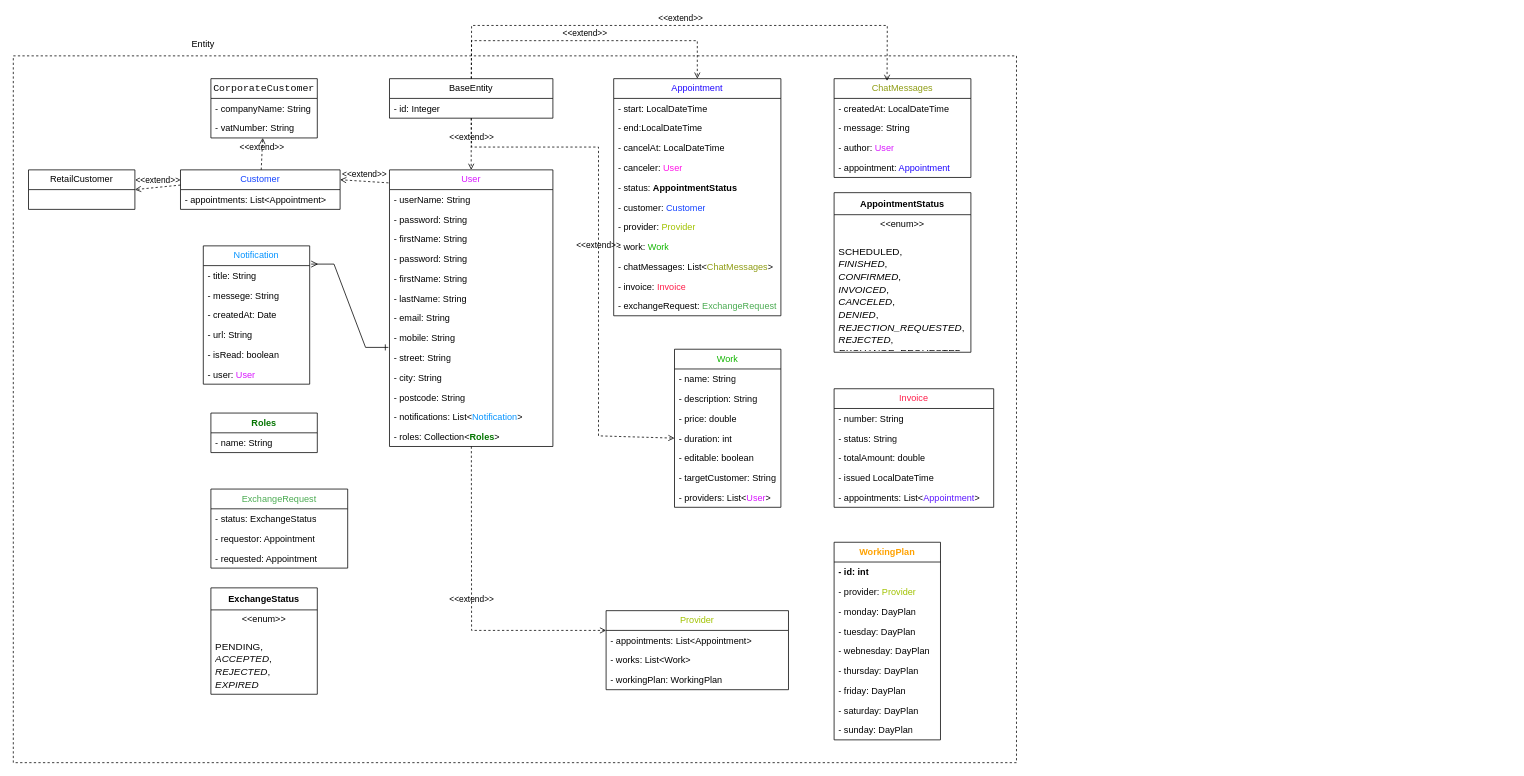
Before: Nháp Diagram.drawio in s2thuphuongs2/AppointmentScheduler, a draw.io diagram. Source tidied: cells renumbered, new cells numbered last; positions are measured from the earlier drawing's top-left corner, leaving out a move shared by most shapes. Both pictures are drawn from the tidied source at 76%, with x=0, y=0 at pixel (13, 25).
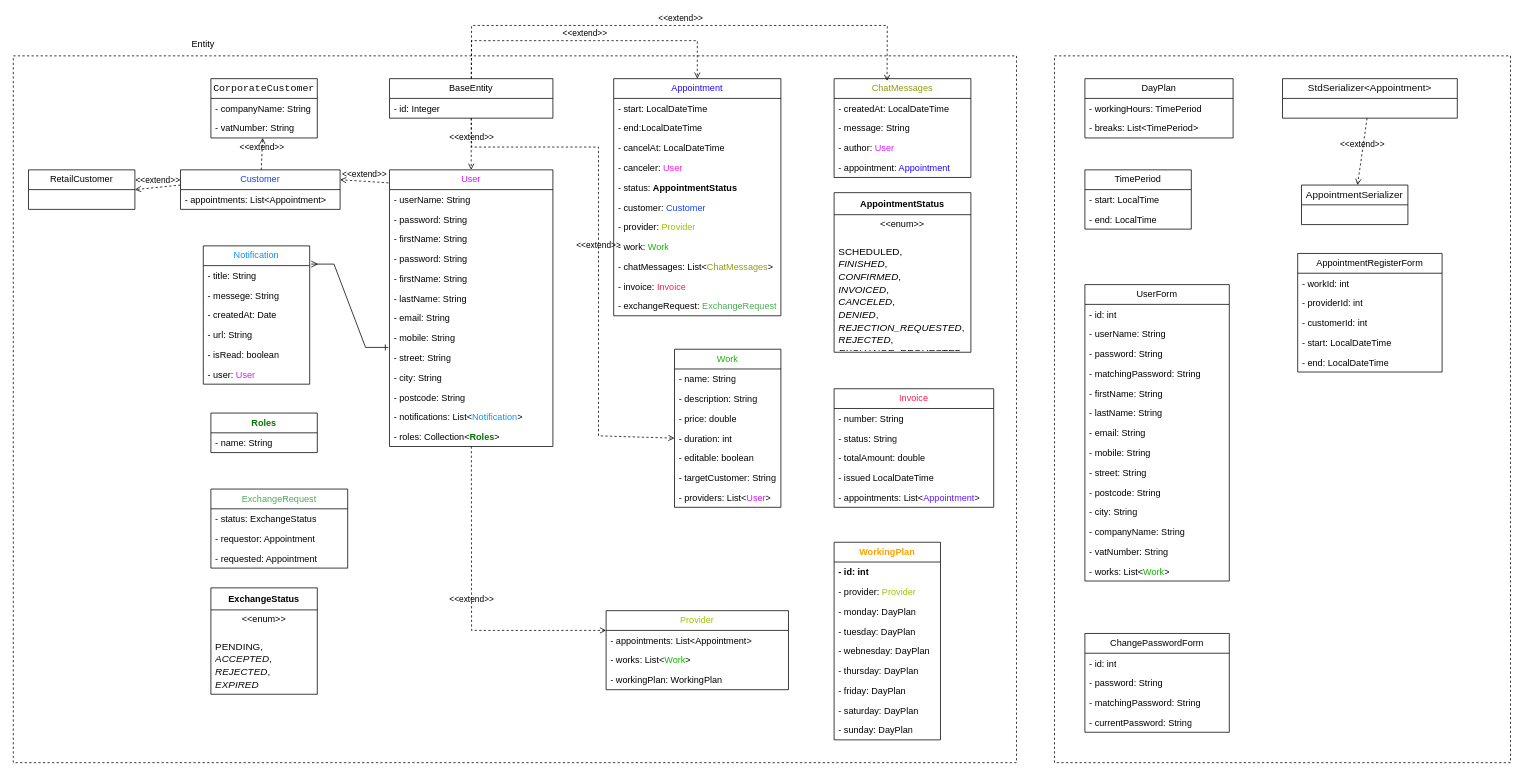
The same diagram, later.

Unchanged cells that the change refers to:
```xml
<mxCell id="64" value="&lt;font color=&quot;#a1c200&quot;&gt;Provider&lt;/font&gt;" style="swimlane;fontStyle=0;horizontal=1;startSize=26;fillColor=none;whiteSpace=wrap;html=1;" parent="1" vertex="1">
  <mxGeometry x="780" y="770" width="240" height="104" as="geometry" />
</mxCell>
```

What changed in the source:
```diff
@@
-    <mxCell id="66" value="- works: List&amp;lt;Work&amp;gt;" style="text;strokeColor=none;fillColor=none;align=left;verticalAlign=top;spacingLeft=4;spacingRight=4;overflow=hidden;whiteSpace=wrap;html=1;" parent="64" vertex="1">
+    <mxCell id="66" value="- works: List&amp;lt;&lt;font color=&quot;#12b500&quot;&gt;Work&lt;/font&gt;&amp;gt;" style="text;strokeColor=none;fillColor=none;align=left;verticalAlign=top;spacingLeft=4;spacingRight=4;overflow=hidden;whiteSpace=wrap;html=1;" parent="64" vertex="1">
       <mxGeometry y="52" width="240" height="26" as="geometry" />
     </mxCell>
@@
+    <mxCell id="99" value="DayPlan" style="swimlane;fontStyle=0;horizontal=1;startSize=26;fillColor=none;whiteSpace=wrap;html=1;" parent="1" vertex="1">
+      <mxGeometry x="1410" y="70" width="195" height="78" as="geometry" />
+    </mxCell>
+    <mxCell id="100" value="- workingHours: TimePeriod" style="text;strokeColor=none;fillColor=none;align=left;verticalAlign=top;spacingLeft=4;spacingRight=4;overflow=hidden;whiteSpace=wrap;html=1;" parent="99" vertex="1">
+      <mxGeometry y="26" width="195" height="26" as="geometry" />
+    </mxCell>
+    <mxCell id="101" value="- breaks: List&amp;lt;TimePeriod&amp;gt;" style="text;strokeColor=none;fillColor=none;align=left;verticalAlign=top;spacingLeft=4;spacingRight=4;overflow=hidden;whiteSpace=wrap;html=1;" parent="99" vertex="1">
+      <mxGeometry y="52" width="195" height="26" as="geometry" />
+    </mxCell>
+    <mxCell id="102" value="TimePeriod" style="swimlane;fontStyle=0;horizontal=1;startSize=26;fillColor=none;whiteSpace=wrap;html=1;" parent="1" vertex="1">
+      <mxGeometry x="1410" y="190" width="140" height="78" as="geometry" />
+    </mxCell>
+    <mxCell id="103" value="- start: LocalTime" style="text;strokeColor=none;fillColor=none;align=left;verticalAlign=top;spacingLeft=4;spacingRight=4;overflow=hidden;whiteSpace=wrap;html=1;" parent="102" vertex="1">
+      <mxGeometry y="26" width="140" height="26" as="geometry" />
+    </mxCell>
+    <mxCell id="104" value="- end: LocalTime" style="text;strokeColor=none;fillColor=none;align=left;verticalAlign=top;spacingLeft=4;spacingRight=4;overflow=hidden;whiteSpace=wrap;html=1;" parent="102" vertex="1">
+      <mxGeometry y="52" width="140" height="26" as="geometry" />
+    </mxCell>
+    <mxCell id="105" value="UserForm" style="swimlane;fontStyle=0;horizontal=1;startSize=26;fillColor=none;whiteSpace=wrap;html=1;" parent="1" vertex="1">
+      <mxGeometry x="1410" y="341" width="190" height="390" as="geometry" />
+    </mxCell>
+    <mxCell id="106" value="- id: int" style="text;strokeColor=none;fillColor=none;align=left;verticalAlign=top;spacingLeft=4;spacingRight=4;overflow=hidden;whiteSpace=wrap;html=1;" parent="105" vertex="1">
+      <mxGeometry y="26" width="190" height="26" as="geometry" />
+    </mxCell>
+    <mxCell id="107" value="- userName: String" style="text;strokeColor=none;fillColor=none;align=left;verticalAlign=top;spacingLeft=4;spacingRight=4;overflow=hidden;whiteSpace=wrap;html=1;" parent="105" vertex="1">
+      <mxGeometry y="52" width="190" height="26" as="geometry" />
+    </mxCell>
+    <mxCell id="108" value="- password: String" style="text;strokeColor=none;fillColor=none;align=left;verticalAlign=top;spacingLeft=4;spacingRight=4;overflow=hidden;whiteSpace=wrap;html=1;" parent="105" vertex="1">
+      <mxGeometry y="78" width="190" height="26" as="geometry" />
+    </mxCell>
+    <mxCell id="109" value="- matchingPassword: String" style="text;strokeColor=none;fillColor=none;align=left;verticalAlign=top;spacingLeft=4;spacingRight=4;overflow=hidden;whiteSpace=wrap;html=1;" parent="105" vertex="1">
+      <mxGeometry y="104" width="190" height="26" as="geometry" />
+    </mxCell>
+    <mxCell id="110" value="- firstName: String" style="text;strokeColor=none;fillColor=none;align=left;verticalAlign=top;spacingLeft=4;spacingRight=4;overflow=hidden;whiteSpace=wrap;html=1;" parent="105" vertex="1">
+      <mxGeometry y="130" width="190" height="26" as="geometry" />
+    </mxCell>
+    <mxCell id="111" value="- lastName: String&lt;span style=&quot;white-space: pre;&quot;&gt;&#9;&lt;/span&gt;" style="text;strokeColor=none;fillColor=none;align=left;verticalAlign=top;spacingLeft=4;spacingRight=4;overflow=hidden;whiteSpace=wrap;html=1;" parent="105" vertex="1">
+      <mxGeometry y="156" width="190" height="26" as="geometry" />
+    </mxCell>
+    <mxCell id="112" value="- email: String" style="text;strokeColor=none;fillColor=none;align=left;verticalAlign=top;spacingLeft=4;spacingRight=4;overflow=hidden;whiteSpace=wrap;html=1;" parent="105" vertex="1">
+      <mxGeometry y="182" width="190" height="26" as="geometry" />
+    </mxCell>
+    <mxCell id="113" value="- mobile: String" style="text;strokeColor=none;fillColor=none;align=left;verticalAlign=top;spacingLeft=4;spacingRight=4;overflow=hidden;whiteSpace=wrap;html=1;" parent="105" vertex="1">
+      <mxGeometry y="208" width="190" height="26" as="geometry" />
+    </mxCell>
+    <mxCell id="114" value="- street: String" style="text;strokeColor=none;fillColor=none;align=left;verticalAlign=top;spacingLeft=4;spacingRight=4;overflow=hidden;whiteSpace=wrap;html=1;" parent="105" vertex="1">
+      <mxGeometry y="234" width="190" height="26" as="geometry" />
+    </mxCell>
+    <mxCell id="115" value="- postcode: String" style="text;strokeColor=none;fillColor=none;align=left;verticalAlign=top;spacingLeft=4;spacingRight=4;overflow=hidden;whiteSpace=wrap;html=1;" parent="105" vertex="1">
+      <mxGeometry y="260" width="190" height="26" as="geometry" />
+    </mxCell>
+    <mxCell id="116" value="- city: String" style="text;strokeColor=none;fillColor=none;align=left;verticalAlign=top;spacingLeft=4;spacingRight=4;overflow=hidden;whiteSpace=wrap;html=1;" parent="105" vertex="1">
+      <mxGeometry y="286" width="190" height="26" as="geometry" />
+    </mxCell>
+    <mxCell id="117" value="- companyName: String" style="text;strokeColor=none;fillColor=none;align=left;verticalAlign=top;spacingLeft=4;spacingRight=4;overflow=hidden;whiteSpace=wrap;html=1;" parent="105" vertex="1">
+      <mxGeometry y="312" width="190" height="26" as="geometry" />
+    </mxCell>
+    <mxCell id="118" value="- vatNumber: String" style="text;strokeColor=none;fillColor=none;align=left;verticalAlign=top;spacingLeft=4;spacingRight=4;overflow=hidden;whiteSpace=wrap;html=1;" parent="105" vertex="1">
+      <mxGeometry y="338" width="190" height="26" as="geometry" />
+    </mxCell>
+    <mxCell id="119" value="- works: List&amp;lt;&lt;font color=&quot;#12b500&quot;&gt;Work&lt;/font&gt;&amp;gt;" style="text;strokeColor=none;fillColor=none;align=left;verticalAlign=top;spacingLeft=4;spacingRight=4;overflow=hidden;whiteSpace=wrap;html=1;" parent="105" vertex="1">
+      <mxGeometry y="364" width="190" height="26" as="geometry" />
+    </mxCell>
+    <mxCell id="120" value="ChangePasswordForm" style="swimlane;fontStyle=0;horizontal=1;startSize=26;fillColor=none;whiteSpace=wrap;html=1;" parent="1" vertex="1">
+      <mxGeometry x="1410" y="800" width="190" height="130" as="geometry" />
+    </mxCell>
+    <mxCell id="121" value="- id: int" style="text;strokeColor=none;fillColor=none;align=left;verticalAlign=top;spacingLeft=4;spacingRight=4;overflow=hidden;whiteSpace=wrap;html=1;" parent="120" vertex="1">
+      <mxGeometry y="26" width="190" height="26" as="geometry" />
+    </mxCell>
+    <mxCell id="122" value="- password: String" style="text;strokeColor=none;fillColor=none;align=left;verticalAlign=top;spacingLeft=4;spacingRight=4;overflow=hidden;whiteSpace=wrap;html=1;" parent="120" vertex="1">
+      <mxGeometry y="52" width="190" height="26" as="geometry" />
+    </mxCell>
+    <mxCell id="123" value="- matchingPassword: String" style="text;strokeColor=none;fillColor=none;align=left;verticalAlign=top;spacingLeft=4;spacingRight=4;overflow=hidden;whiteSpace=wrap;html=1;" parent="120" vertex="1">
+      <mxGeometry y="78" width="190" height="26" as="geometry" />
+    </mxCell>
+    <mxCell id="124" value="- currentPassword: String" style="text;strokeColor=none;fillColor=none;align=left;verticalAlign=top;spacingLeft=4;spacingRight=4;overflow=hidden;whiteSpace=wrap;html=1;" parent="120" vertex="1">
+      <mxGeometry y="104" width="190" height="26" as="geometry" />
+    </mxCell>
+    <mxCell id="125" value="&lt;div style=&quot;&quot;&gt;&lt;pre style=&quot;font-size: 9.8pt;&quot;&gt;&lt;font face=&quot;Helvetica&quot; style=&quot;&quot; color=&quot;#0a0a0a&quot;&gt;AppointmentSerializer&lt;/font&gt;&lt;/pre&gt;&lt;/div&gt;" style="swimlane;fontStyle=0;horizontal=1;startSize=26;fillColor=none;whiteSpace=wrap;html=1;" parent="1" vertex="1">
+      <mxGeometry x="1695" y="210" width="140" height="52" as="geometry" />
+    </mxCell>
+    <mxCell id="126" value="&lt;div style=&quot;&quot;&gt;&lt;pre style=&quot;font-size: 9.8pt;&quot;&gt;&lt;font face=&quot;Helvetica&quot; style=&quot;&quot; color=&quot;#0a0a0a&quot;&gt;StdSerializer&amp;lt;Appointment&amp;gt;&lt;/font&gt;&lt;/pre&gt;&lt;/div&gt;" style="swimlane;fontStyle=0;horizontal=1;startSize=26;fillColor=none;whiteSpace=wrap;html=1;" parent="1" vertex="1">
+      <mxGeometry x="1670" y="70" width="230" height="52" as="geometry" />
+    </mxCell>
+    <mxCell id="127" value="&amp;lt;&amp;lt;extend&amp;gt;&amp;gt;" style="html=1;verticalAlign=bottom;labelBackgroundColor=none;endArrow=open;endFill=0;dashed=1;rounded=0;" parent="1" edge="1" source="126" target="125">
+      <mxGeometry relative="1" as="geometry" />
+    </mxCell>
+    <mxCell id="128" value="AppointmentRegisterForm" style="swimlane;fontStyle=0;horizontal=1;startSize=26;fillColor=none;whiteSpace=wrap;html=1;" parent="1" vertex="1">
+      <mxGeometry x="1690" y="300" width="190" height="156" as="geometry" />
+    </mxCell>
+    <mxCell id="129" value="- workId: int" style="text;strokeColor=none;fillColor=none;align=left;verticalAlign=top;spacingLeft=4;spacingRight=4;overflow=hidden;whiteSpace=wrap;html=1;" parent="128" vertex="1">
+      <mxGeometry y="26" width="190" height="26" as="geometry" />
+    </mxCell>
+    <mxCell id="130" value="- providerId: int" style="text;strokeColor=none;fillColor=none;align=left;verticalAlign=top;spacingLeft=4;spacingRight=4;overflow=hidden;whiteSpace=wrap;html=1;" parent="128" vertex="1">
+      <mxGeometry y="52" width="190" height="26" as="geometry" />
+    </mxCell>
+    <mxCell id="131" value="- customerId: int" style="text;strokeColor=none;fillColor=none;align=left;verticalAlign=top;spacingLeft=4;spacingRight=4;overflow=hidden;whiteSpace=wrap;html=1;" parent="128" vertex="1">
+      <mxGeometry y="78" width="190" height="26" as="geometry" />
+    </mxCell>
+    <mxCell id="132" value="- start: LocalDateTime" style="text;strokeColor=none;fillColor=none;align=left;verticalAlign=top;spacingLeft=4;spacingRight=4;overflow=hidden;whiteSpace=wrap;html=1;" parent="128" vertex="1">
+      <mxGeometry y="104" width="190" height="26" as="geometry" />
+    </mxCell>
+    <mxCell id="133" value="- end: LocalDateTime" style="text;strokeColor=none;fillColor=none;align=left;verticalAlign=top;spacingLeft=4;spacingRight=4;overflow=hidden;whiteSpace=wrap;html=1;" parent="128" vertex="1">
+      <mxGeometry y="130" width="190" height="26" as="geometry" />
+    </mxCell>
+    <mxCell id="134" style="rounded=0;whiteSpace=wrap;html=1;fillColor=none;dashed=1;" parent="1" vertex="1">
+      <mxGeometry x="1370" y="40" width="600" height="930" as="geometry" />
+    </mxCell>
```
